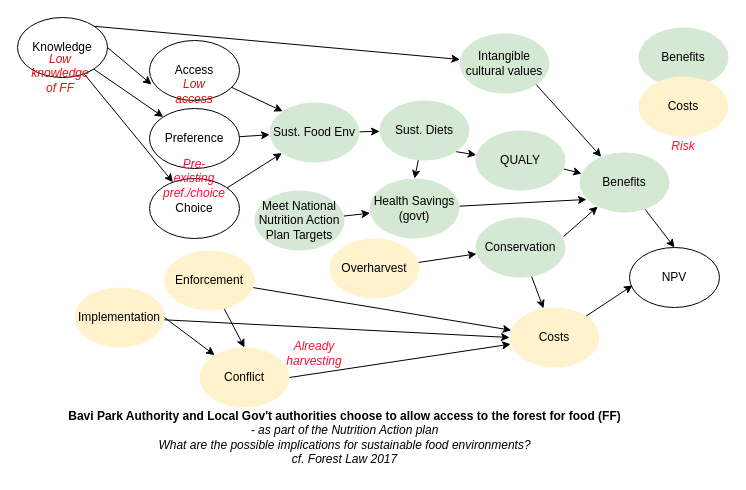
This is Untitled Diagram.drawio from CWWhitney/bavi-forest-access, a draw.io file, before an edit. Source tidied: cells renumbered, new cells numbered last; positions are measured from the earlier drawing's top-left corner, leaving out a move shared by most shapes. Both pictures are drawn from the tidied source at 100%, with x=0, y=0 at pixel (17, 17).
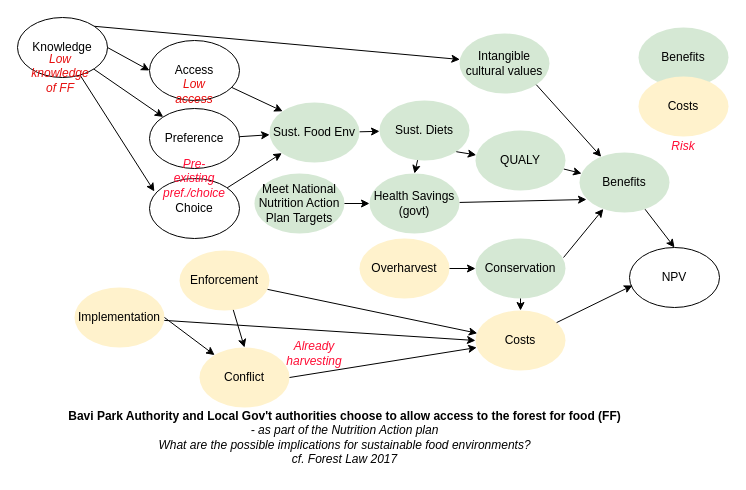
The same page after the edit.

Commit message:
Adjust figure

The change refers to these unchanged cells:
```xml
<mxCell id="12" value="Access" style="ellipse;whiteSpace=wrap;html=1;" parent="1" vertex="1">
  <mxGeometry x="132" y="23" width="90" height="60" as="geometry" />
</mxCell>
<mxCell id="13" value="Choice" style="ellipse;whiteSpace=wrap;html=1;" parent="1" vertex="1">
  <mxGeometry x="132" y="161" width="90" height="60" as="geometry" />
</mxCell>
<mxCell id="14" value="Knowledge" style="ellipse;whiteSpace=wrap;html=1;" parent="1" vertex="1">
  <mxGeometry width="90" height="60" as="geometry" />
</mxCell>
```

Diff of the diagram source:
```diff
@@
     <mxCell id="2" value="Conservation" style="ellipse;whiteSpace=wrap;html=1;fillColor=#d5e8d4;strokeColor=none;" parent="1" vertex="1">
-      <mxGeometry x="458" y="200" width="90" height="60" as="geometry" />
+      <mxGeometry x="458" y="221" width="90" height="60" as="geometry" />
     </mxCell>
@@
     <mxCell id="10" value="Health Savings (govt)" style="ellipse;whiteSpace=wrap;html=1;fillColor=#d5e8d4;strokeColor=none;" parent="1" vertex="1">
-      <mxGeometry x="352" y="161" width="90" height="60" as="geometry" />
+      <mxGeometry x="352" y="156" width="90" height="60" as="geometry" />
     </mxCell>
@@
     <mxCell id="16" value="Costs" style="ellipse;whiteSpace=wrap;html=1;fillColor=#fff2cc;strokeColor=none;" parent="1" vertex="1">
-      <mxGeometry x="492" y="290" width="90" height="60" as="geometry" />
+      <mxGeometry x="458" y="293" width="90" height="60" as="geometry" />
     </mxCell>
@@
-    <mxCell id="22" style="rounded=0;jettySize=auto;html=1;entryX=0.022;entryY=0.733;entryDx=0;entryDy=0;entryPerimeter=0;exitX=1;exitY=0.5;exitDx=0;exitDy=0;" parent="1" edge="1" source="14" target="12">
+    <mxCell id="22" style="rounded=0;jettySize=auto;html=1;entryX=0;entryY=0.5;entryDx=0;entryDy=0;exitX=1;exitY=0.5;exitDx=0;exitDy=0;" parent="1" edge="1" source="14" target="12">
       <mxGeometry relative="1" as="geometry" />
     </mxCell>
@@
-    <mxCell id="24" style="rounded=0;jettySize=auto;html=1;" parent="1" edge="1" source="14" target="13">
+    <mxCell id="24" style="rounded=0;jettySize=auto;html=1;entryX=0.054;entryY=0.216;entryDx=0;entryDy=0;entryPerimeter=0;" parent="1" edge="1" source="14" target="13">
       <mxGeometry relative="1" as="geometry" />
     </mxCell>
@@
     <mxCell id="28" value="Meet National Nutrition Action Plan Targets" style="ellipse;whiteSpace=wrap;html=1;fillColor=#d5e8d4;strokeColor=none;" parent="1" vertex="1">
-      <mxGeometry x="237" y="173" width="90" height="60" as="geometry" />
+      <mxGeometry x="237" y="156" width="90" height="60" as="geometry" />
     </mxCell>
@@
     <mxCell id="40" value="Enforcement" style="ellipse;whiteSpace=wrap;html=1;fillColor=#fff2cc;strokeColor=none;" parent="1" vertex="1">
-      <mxGeometry x="147" y="233" width="90" height="60" as="geometry" />
+      <mxGeometry x="162" y="233" width="90" height="60" as="geometry" />
     </mxCell>
@@
     <mxCell id="44" value="Overharvest" style="ellipse;whiteSpace=wrap;html=1;fillColor=#fff2cc;strokeColor=none;" parent="1" vertex="1">
-      <mxGeometry x="312" y="221" width="90" height="60" as="geometry" />
+      <mxGeometry x="342" y="221" width="90" height="60" as="geometry" />
     </mxCell>
```
